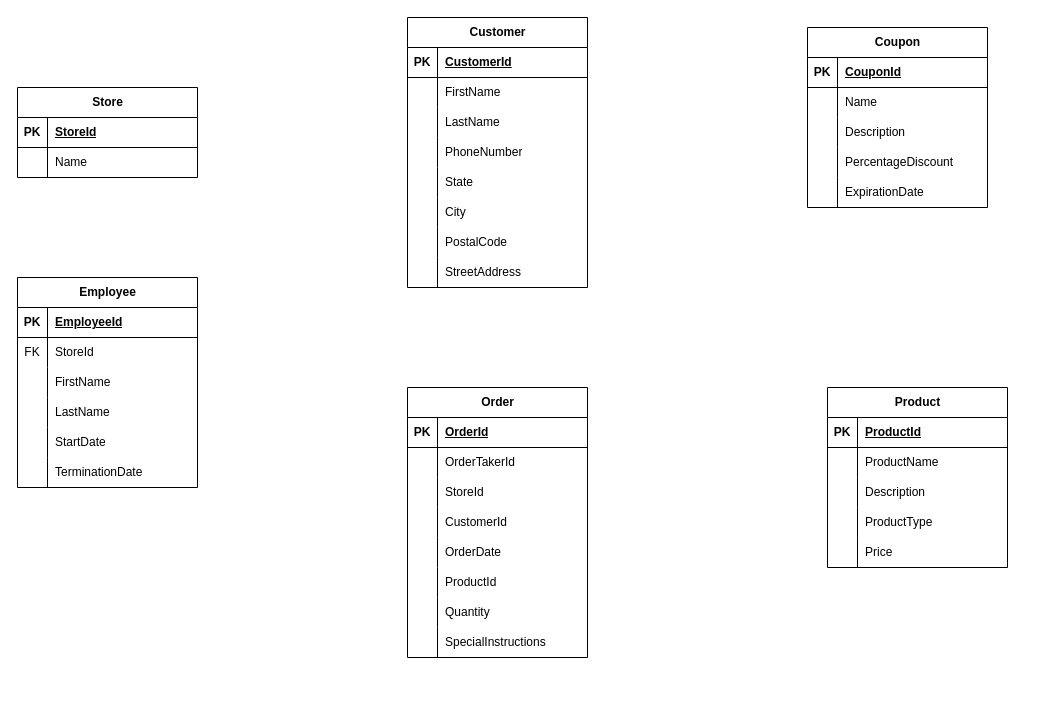
This is page "Entity Relation diagram" (2 of 2) of PizzaDB/PracticePizzaDB.drawio from Devekr63/EssentialSQLSamples, a draw.io file, before an edit. Source tidied: cells renumbered, new cells numbered last; positions are measured from the earlier drawing's top-left corner, leaving out a move shared by most shapes. Both pictures are drawn from the tidied source at 100%, with x=0, y=0 at pixel (17, 17).
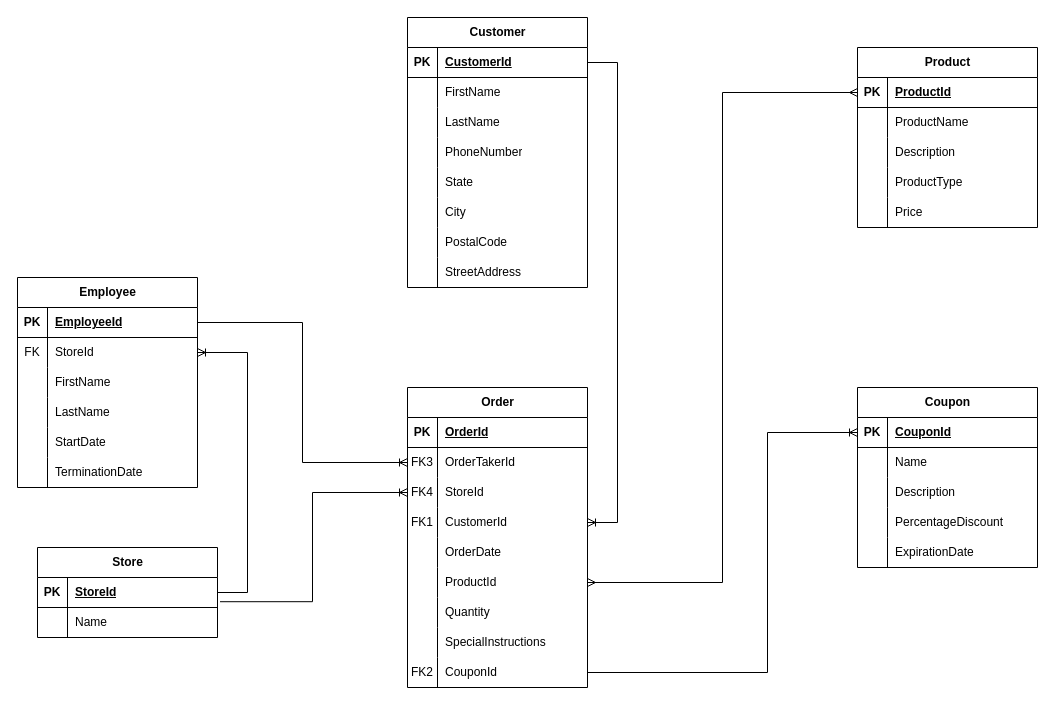
The same diagram, later.

Unchanged cells that the change refers to:
```xml
<mxCell id="3" style="shape=tableRow;horizontal=0;startSize=0;swimlaneHead=0;swimlaneBody=0;fillColor=none;points=[[0,0.5],[1,0.5]];portConstraint=eastwest;top=0;left=0;right=0;bottom=1;" parent="2" vertex="1">
  <mxGeometry y="30" width="180" height="30" as="geometry" />
</mxCell>
<mxCell id="10" style="shape=tableRow;horizontal=0;startSize=0;swimlaneHead=0;swimlaneBody=0;fillColor=none;points=[[0,0.5],[1,0.5]];portConstraint=eastwest;top=0;left=0;right=0;bottom=1;" parent="9" vertex="1">
  <mxGeometry y="30" width="180" height="30" as="geometry" />
</mxCell>
<mxCell id="13" style="shape=tableRow;horizontal=0;startSize=0;swimlaneHead=0;swimlaneBody=0;fillColor=none;points=[[0,0.5],[1,0.5]];portConstraint=eastwest;top=0;left=0;right=0;bottom=0;" parent="9" vertex="1">
  <mxGeometry y="60" width="180" height="30" as="geometry" />
</mxCell>
<mxCell id="32" style="shape=tableRow;horizontal=0;startSize=0;swimlaneHead=0;swimlaneBody=0;fillColor=none;points=[[0,0.5],[1,0.5]];portConstraint=eastwest;top=0;left=0;right=0;bottom=0;" parent="28" vertex="1">
  <mxGeometry y="60" width="180" height="30" as="geometry" />
</mxCell>
<mxCell id="35" style="shape=tableRow;horizontal=0;startSize=0;swimlaneHead=0;swimlaneBody=0;fillColor=none;points=[[0,0.5],[1,0.5]];portConstraint=eastwest;top=0;left=0;right=0;bottom=0;" parent="28" vertex="1">
  <mxGeometry y="90" width="180" height="30" as="geometry" />
</mxCell>
<mxCell id="38" style="shape=tableRow;horizontal=0;startSize=0;swimlaneHead=0;swimlaneBody=0;fillColor=none;points=[[0,0.5],[1,0.5]];portConstraint=eastwest;top=0;left=0;right=0;bottom=0;" parent="28" vertex="1">
  <mxGeometry y="120" width="180" height="30" as="geometry" />
</mxCell>
<mxCell id="44" style="shape=tableRow;horizontal=0;startSize=0;swimlaneHead=0;swimlaneBody=0;fillColor=none;points=[[0,0.5],[1,0.5]];portConstraint=eastwest;top=0;left=0;right=0;bottom=0;" parent="28" vertex="1">
  <mxGeometry y="180" width="180" height="30" as="geometry" />
</mxCell>
<mxCell id="54" style="shape=tableRow;horizontal=0;startSize=0;swimlaneHead=0;swimlaneBody=0;fillColor=none;points=[[0,0.5],[1,0.5]];portConstraint=eastwest;top=0;left=0;right=0;bottom=1;" parent="53" vertex="1">
  <mxGeometry y="30" width="180" height="30" as="geometry" />
</mxCell>
<mxCell id="79" style="shape=tableRow;horizontal=0;startSize=0;swimlaneHead=0;swimlaneBody=0;fillColor=none;points=[[0,0.5],[1,0.5]];portConstraint=eastwest;top=0;left=0;right=0;bottom=1;" parent="78" vertex="1">
  <mxGeometry y="30" width="180" height="30" as="geometry" />
</mxCell>
<mxCell id="95" style="shape=tableRow;horizontal=0;startSize=0;swimlaneHead=0;swimlaneBody=0;fillColor=none;points=[[0,0.5],[1,0.5]];portConstraint=eastwest;top=0;left=0;right=0;bottom=1;" parent="94" vertex="1">
  <mxGeometry y="30" width="180" height="30" as="geometry" />
</mxCell>
```

Diff of the diagram source:
```diff
@@
     <mxCell id="2" value="Store" style="shape=table;startSize=30;childLayout=tableLayout;rowLines=0;fontStyle=1;align=center;html=1;" parent="1" vertex="1">
-      <mxGeometry y="70" width="180" height="90" as="geometry" />
+      <mxGeometry x="20" y="530" width="180" height="90" as="geometry" />
     </mxCell>
@@
     <mxCell id="28" value="Order" style="shape=table;startSize=30;childLayout=tableLayout;rowLines=0;fontStyle=1;align=center;html=1;" parent="1" vertex="1">
-      <mxGeometry x="390" y="370" width="180" height="270" as="geometry" />
+      <mxGeometry x="390" y="370" width="180" height="300" as="geometry" />
     </mxCell>
@@
-    <mxCell id="33" style="shape=partialRectangle;fillColor=none;top=0;left=0;bottom=0;right=0;overflow=hidden;whiteSpace=wrap;html=1;" parent="32" vertex="1">
+    <mxCell id="33" value="FK3" style="shape=partialRectangle;fillColor=none;top=0;left=0;bottom=0;right=0;overflow=hidden;whiteSpace=wrap;html=1;" parent="32" vertex="1">
       <mxGeometry width="30" height="30" as="geometry" />
     </mxCell>
@@
-    <mxCell id="36" style="shape=partialRectangle;fillColor=none;top=0;left=0;bottom=0;right=0;overflow=hidden;whiteSpace=wrap;html=1;" parent="35" vertex="1">
+    <mxCell id="36" value="FK4" style="shape=partialRectangle;fillColor=none;top=0;left=0;bottom=0;right=0;overflow=hidden;whiteSpace=wrap;html=1;" parent="35" vertex="1">
       <mxGeometry width="30" height="30" as="geometry" />
     </mxCell>
@@
-    <mxCell id="39" style="shape=partialRectangle;fillColor=none;top=0;left=0;bottom=0;right=0;overflow=hidden;whiteSpace=wrap;html=1;" parent="38" vertex="1">
+    <mxCell id="39" value="FK1" style="shape=partialRectangle;fillColor=none;top=0;left=0;bottom=0;right=0;overflow=hidden;whiteSpace=wrap;html=1;" parent="38" vertex="1">
       <mxGeometry width="30" height="30" as="geometry" />
     </mxCell>
@@
+    <mxCell id="110" style="shape=tableRow;horizontal=0;startSize=0;swimlaneHead=0;swimlaneBody=0;fillColor=none;points=[[0,0.5],[1,0.5]];portConstraint=eastwest;top=0;left=0;right=0;bottom=0;" parent="28" vertex="1">
+      <mxGeometry y="270" width="180" height="30" as="geometry" />
+    </mxCell>
+    <mxCell id="111" value="FK2" style="shape=partialRectangle;fillColor=none;top=0;left=0;bottom=0;right=0;overflow=hidden;whiteSpace=wrap;html=1;" parent="110" vertex="1">
+      <mxGeometry width="30" height="30" as="geometry" />
+    </mxCell>
+    <mxCell id="112" value="CouponId" style="shape=partialRectangle;fillColor=none;top=0;left=0;bottom=0;right=0;align=left;spacingLeft=6;overflow=hidden;whiteSpace=wrap;html=1;" parent="110" vertex="1">
+      <mxGeometry x="30" width="150" height="30" as="geometry" />
+    </mxCell>
@@
     <mxCell id="78" value="Coupon" style="shape=table;startSize=30;childLayout=tableLayout;rowLines=0;fontStyle=1;align=center;html=1;" parent="1" vertex="1">
-      <mxGeometry x="790" y="10" width="180" height="180" as="geometry" />
+      <mxGeometry x="840" y="370" width="180" height="180" as="geometry" />
     </mxCell>
@@
     <mxCell id="94" value="Product" style="shape=table;startSize=30;childLayout=tableLayout;rowLines=0;fontStyle=1;align=center;html=1;" parent="1" vertex="1">
-      <mxGeometry x="810" y="370" width="180" height="180" as="geometry" />
+      <mxGeometry x="840" y="30" width="180" height="180" as="geometry" />
     </mxCell>
@@
+    <mxCell id="113" style="edgeStyle=entityRelationEdgeStyle;fontSize=12;html=1;endArrow=ERoneToMany;rounded=0;entryX=1;entryY=0.5;entryDx=0;entryDy=0;" parent="1" edge="1" source="3" target="13">
+      <mxGeometry relative="1" as="geometry" />
+    </mxCell>
+    <mxCell id="114" style="edgeStyle=entityRelationEdgeStyle;fontSize=12;html=1;endArrow=ERoneToMany;rounded=0;exitX=1;exitY=0.5;exitDx=0;exitDy=0;" parent="1" edge="1" source="54" target="38">
+      <mxGeometry relative="1" as="geometry" />
+    </mxCell>
+    <mxCell id="115" style="edgeStyle=orthogonalEdgeStyle;fontSize=12;html=1;endArrow=ERmany;startArrow=ERmany;rounded=0;entryX=0;entryY=0.5;entryDx=0;entryDy=0;exitX=1;exitY=0.5;exitDx=0;exitDy=0;" parent="1" edge="1" source="44" target="95">
+      <mxGeometry relative="1" as="geometry" />
+    </mxCell>
+    <mxCell id="116" style="edgeStyle=orthogonalEdgeStyle;fontSize=12;html=1;endArrow=ERoneToMany;rounded=0;exitX=1;exitY=0.5;exitDx=0;exitDy=0;entryX=0;entryY=0.5;entryDx=0;entryDy=0;" parent="1" edge="1" source="110" target="79">
+      <mxGeometry relative="1" as="geometry">
+        <Array as="points">
+          <mxPoint x="750" y="655" />
+          <mxPoint x="750" y="415" />
+        </Array>
+      </mxGeometry>
+    </mxCell>
+    <mxCell id="117" style="edgeStyle=orthogonalEdgeStyle;fontSize=12;html=1;endArrow=ERoneToMany;rounded=0;exitX=1;exitY=0.5;exitDx=0;exitDy=0;entryX=0;entryY=0.5;entryDx=0;entryDy=0;" parent="1" edge="1" source="10" target="32">
+      <mxGeometry relative="1" as="geometry" />
+    </mxCell>
+    <mxCell id="118" style="edgeStyle=orthogonalEdgeStyle;fontSize=12;html=1;endArrow=ERoneToMany;rounded=0;exitX=1.014;exitY=0.807;exitDx=0;exitDy=0;exitPerimeter=0;entryX=0;entryY=0.5;entryDx=0;entryDy=0;" parent="1" edge="1" source="3" target="35">
+      <mxGeometry relative="1" as="geometry" />
+    </mxCell>
```
